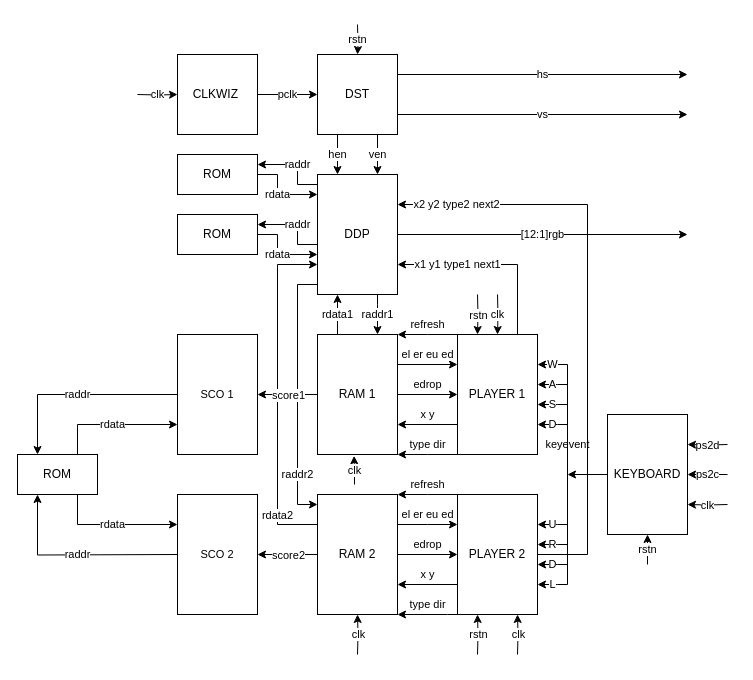
Earlier version of the draw.io diagram 俄罗斯方块 框图.drawio (caochenrui/Draw.io). Source tidied: cells renumbered, new cells numbered last; positions are measured from the earlier drawing's top-left corner, leaving out a move shared by most shapes. Both pictures are drawn from the tidied source at 100%, with x=0, y=0 at pixel (17, 24).
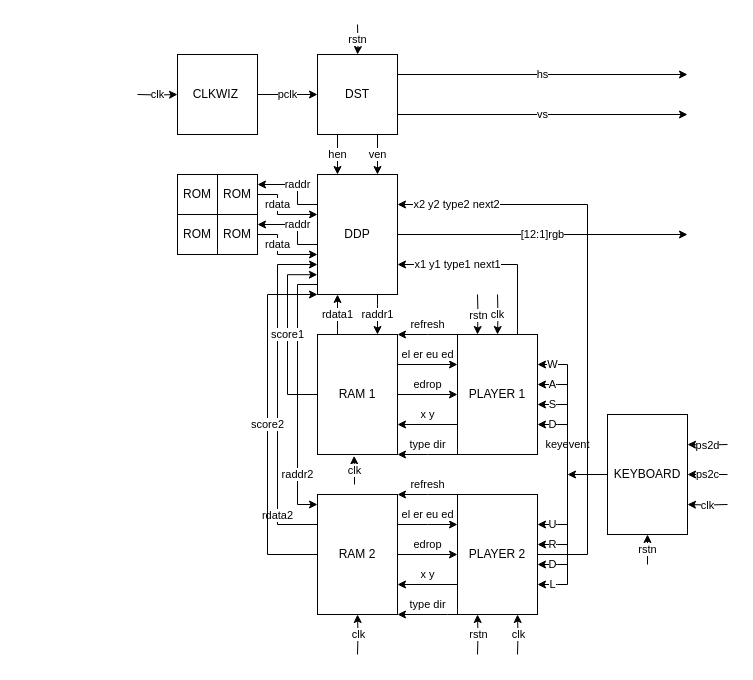
The same page after the edit.

Commit message:
更新俄罗斯方块 框图.drawio

Unchanged cells that the change refers to:
```xml
<mxCell id="8" value="DDP" style="rounded=0;whiteSpace=wrap;html=1;" parent="1" vertex="1">
  <mxGeometry x="300" y="150" width="80" height="120" as="geometry" />
</mxCell>
<mxCell id="47" value="RAM 1" style="rounded=0;whiteSpace=wrap;html=1;" parent="1" vertex="1">
  <mxGeometry x="300" y="310" width="80" height="120" as="geometry" />
</mxCell>
<mxCell id="49" value="RAM 2" style="rounded=0;whiteSpace=wrap;html=1;" parent="1" vertex="1">
  <mxGeometry x="300" y="470" width="80" height="120" as="geometry" />
</mxCell>
```

Change to the diagram source:
```diff
@@
-    <mxCell id="2" value="rdata" style="edgeStyle=orthogonalEdgeStyle;rounded=0;jettySize=auto;html=1;" parent="1" edge="1" source="3" target="8">
-      <mxGeometry relative="1" as="geometry">
+    <mxCell id="2" value="rdata" style="edgeStyle=orthogonalEdgeStyle;rounded=0;orthogonalLoop=1;jettySize=auto;html=1;" parent="1" edge="1">
+      <mxGeometry x="-0.25" relative="1" as="geometry">
+        <mxPoint x="240" y="170" as="sourcePoint" />
+        <mxPoint x="300" y="190" as="targetPoint" />
         <Array as="points">
-          <mxPoint x="260" y="150" />
           <mxPoint x="260" y="170" />
+          <mxPoint x="260" y="190" />
         </Array>
       </mxGeometry>
     </mxCell>
     <mxCell id="3" value="ROM" style="rounded=0;whiteSpace=wrap;html=1;" parent="1" vertex="1">
-      <mxGeometry x="160" y="130" width="80" height="40" as="geometry" />
+      <mxGeometry x="200" y="150" width="40" height="40" as="geometry" />
     </mxCell>
@@
-    <mxCell id="7" value="raddr" style="edgeStyle=orthogonalEdgeStyle;rounded=0;jettySize=auto;html=1;" parent="1" edge="1" source="8" target="3">
+    <mxCell id="7" value="raddr" style="edgeStyle=orthogonalEdgeStyle;rounded=0;jettySize=auto;html=1;" parent="1" edge="1" target="3">
       <mxGeometry relative="1" as="geometry">
+        <mxPoint x="300" y="180" as="sourcePoint" />
         <Array as="points">
+          <mxPoint x="280" y="180" />
           <mxPoint x="280" y="160" />
-          <mxPoint x="280" y="140" />
         </Array>
       </mxGeometry>
     </mxCell>
@@
-    <mxCell id="46" value="score1" style="edgeStyle=orthogonalEdgeStyle;shape=connector;rounded=0;jettySize=auto;html=1;exitX=0;exitY=0.5;exitDx=0;exitDy=0;labelBackgroundColor=default;strokeColor=default;fontFamily=Helvetica;fontSize=11;fontColor=default;endArrow=classic;" parent="1" edge="1" source="47">
+    <mxCell id="46" value="score1" style="edgeStyle=orthogonalEdgeStyle;shape=connector;rounded=0;jettySize=auto;html=1;exitX=0;exitY=0.5;exitDx=0;exitDy=0;labelBackgroundColor=default;strokeColor=default;fontFamily=Helvetica;fontSize=11;fontColor=default;endArrow=classic;entryX=-0.002;entryY=0.835;entryDx=0;entryDy=0;entryPerimeter=0;" parent="1" edge="1" source="47" target="8">
       <mxGeometry relative="1" as="geometry">
-        <mxPoint x="240" y="370" as="targetPoint" />
+        <Array as="points">
+          <mxPoint x="270" y="370" />
+          <mxPoint x="270" y="250" />
+        </Array>
       </mxGeometry>
     </mxCell>
@@
-    <mxCell id="48" value="score2" style="edgeStyle=orthogonalEdgeStyle;shape=connector;rounded=0;jettySize=auto;html=1;exitX=0;exitY=0.5;exitDx=0;exitDy=0;labelBackgroundColor=default;strokeColor=default;fontFamily=Helvetica;fontSize=11;fontColor=default;endArrow=classic;" parent="1" edge="1" source="49">
+    <mxCell id="48" value="score2" style="edgeStyle=orthogonalEdgeStyle;shape=connector;rounded=0;jettySize=auto;html=1;exitX=0;exitY=0.5;exitDx=0;exitDy=0;labelBackgroundColor=default;strokeColor=default;fontFamily=Helvetica;fontSize=11;fontColor=default;endArrow=classic;entryX=0;entryY=1;entryDx=0;entryDy=0;" parent="1" edge="1" source="49" target="8">
       <mxGeometry relative="1" as="geometry">
-        <mxPoint x="240" y="530" as="targetPoint" />
+        <Array as="points">
+          <mxPoint x="250" y="530" />
+          <mxPoint x="250" y="270" />
+        </Array>
       </mxGeometry>
     </mxCell>
@@
     <mxCell id="59" value="ROM" style="rounded=0;whiteSpace=wrap;html=1;" parent="1" vertex="1">
-      <mxGeometry x="160" y="190" width="80" height="40" as="geometry" />
+      <mxGeometry x="200" y="190" width="40" height="40" as="geometry" />
     </mxCell>
     <mxCell id="60" value="rdata" style="edgeStyle=orthogonalEdgeStyle;rounded=0;orthogonalLoop=1;jettySize=auto;html=1;" parent="1" edge="1">
-      <mxGeometry relative="1" as="geometry">
+      <mxGeometry x="-0.25" relative="1" as="geometry">
         <mxPoint x="240" y="210" as="sourcePoint" />
         <mxPoint x="300" y="230" as="targetPoint" />
         <Array as="points">
           <mxPoint x="260" y="210" />
           <mxPoint x="260" y="230" />
         </Array>
       </mxGeometry>
     </mxCell>
@@
-    <mxCell id="62" value="SCO 1" style="rounded=0;whiteSpace=wrap;html=1;fontFamily=Helvetica;fontSize=11;fontColor=default;" parent="1" vertex="1">
-      <mxGeometry x="160" y="310" width="80" height="120" as="geometry" />
-    </mxCell>
-    <mxCell id="63" value="SCO 2" style="rounded=0;whiteSpace=wrap;html=1;fontFamily=Helvetica;fontSize=11;fontColor=default;" parent="1" vertex="1">
-      <mxGeometry x="160" y="470" width="80" height="120" as="geometry" />
-    </mxCell>
-    <mxCell id="64" value="ROM" style="rounded=0;whiteSpace=wrap;html=1;" parent="1" vertex="1">
-      <mxGeometry y="430" width="80" height="40" as="geometry" />
-    </mxCell>
-    <mxCell id="65" value="rdata" style="edgeStyle=orthogonalEdgeStyle;rounded=0;jettySize=auto;html=1;exitX=0.75;exitY=0;exitDx=0;exitDy=0;entryX=0;entryY=0.75;entryDx=0;entryDy=0;" parent="1" edge="1" source="64" target="62">
-      <mxGeometry relative="1" as="geometry">
-        <Array as="points">
-          <mxPoint x="60" y="400" />
-        </Array>
-      </mxGeometry>
-    </mxCell>
-    <mxCell id="66" value="raddr" style="edgeStyle=orthogonalEdgeStyle;rounded=0;jettySize=auto;html=1;exitX=0;exitY=0.5;exitDx=0;exitDy=0;entryX=0.25;entryY=0;entryDx=0;entryDy=0;" parent="1" edge="1" source="62" target="64">
-      <mxGeometry relative="1" as="geometry" />
-    </mxCell>
-    <mxCell id="67" value="rdata" style="edgeStyle=orthogonalEdgeStyle;rounded=0;jettySize=auto;html=1;exitX=0.75;exitY=1;exitDx=0;exitDy=0;entryX=0;entryY=0.25;entryDx=0;entryDy=0;" parent="1" edge="1" source="64" target="63">
-      <mxGeometry relative="1" as="geometry">
-        <Array as="points">
-          <mxPoint x="60" y="500" />
-        </Array>
-      </mxGeometry>
-    </mxCell>
-    <mxCell id="68" value="raddr" style="edgeStyle=orthogonalEdgeStyle;rounded=0;jettySize=auto;html=1;exitX=0;exitY=0.5;exitDx=0;exitDy=0;entryX=0.25;entryY=1;entryDx=0;entryDy=0;" parent="1" edge="1" target="64">
-      <mxGeometry relative="1" as="geometry">
-        <mxPoint x="160" y="530" as="sourcePoint" />
-      </mxGeometry>
-    </mxCell>
+    <mxCell id="69" value="ROM" style="rounded=0;whiteSpace=wrap;html=1;" parent="1" vertex="1">
+      <mxGeometry x="160" y="150" width="40" height="40" as="geometry" />
+    </mxCell>
+    <mxCell id="70" value="ROM" style="rounded=0;whiteSpace=wrap;html=1;" parent="1" vertex="1">
+      <mxGeometry x="160" y="190" width="40" height="40" as="geometry" />
+    </mxCell>
```
